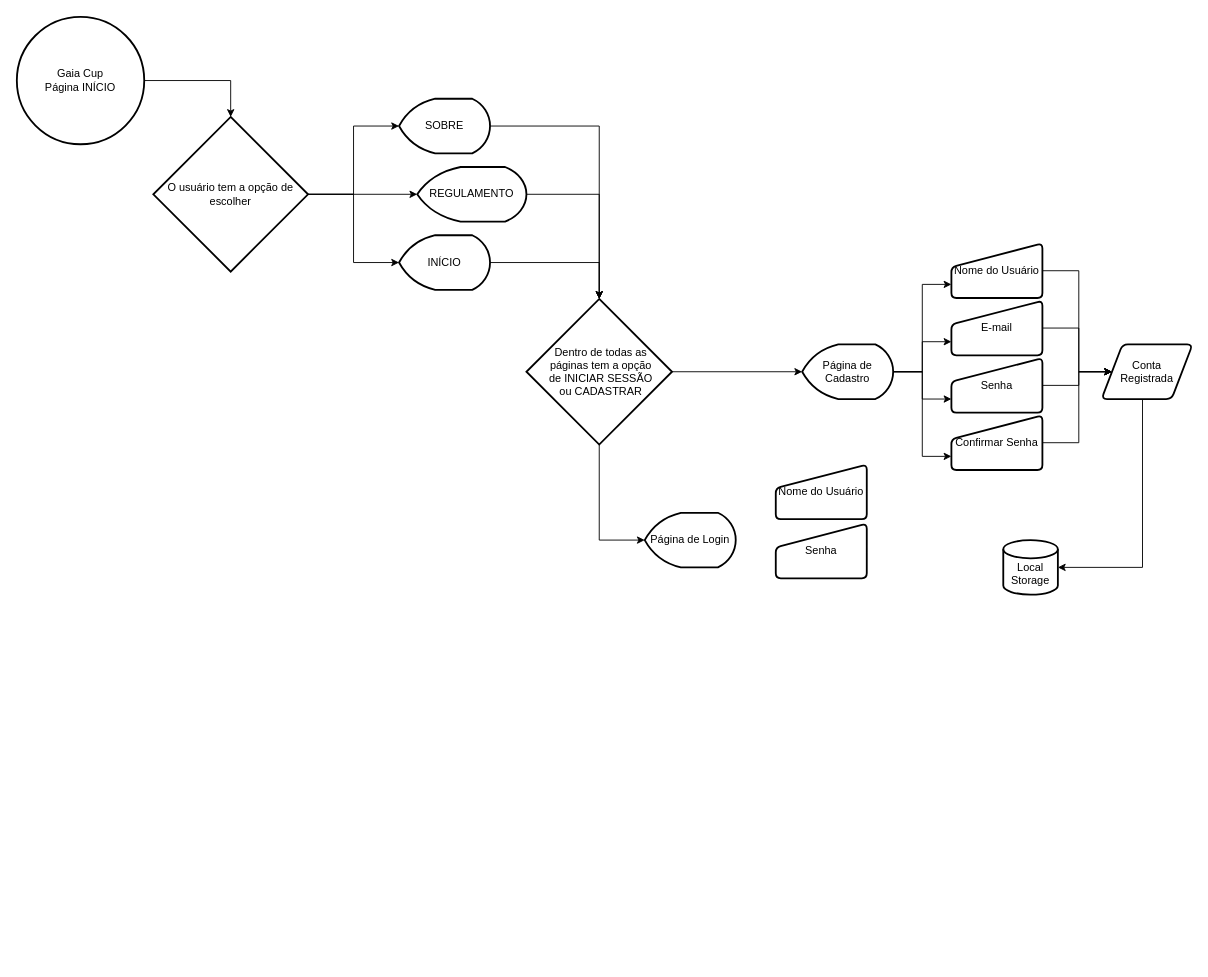
Above: Untitled Diagram.drawio in MonoDryad/GaiaCup-SA (draw.io), before the change. Source tidied: cells renumbered, new cells numbered last; positions are measured from the earlier drawing's top-left corner, leaving out a move shared by most shapes. Both pictures are drawn from the tidied source at 91%, with x=0, y=0 at pixel (16, 16).
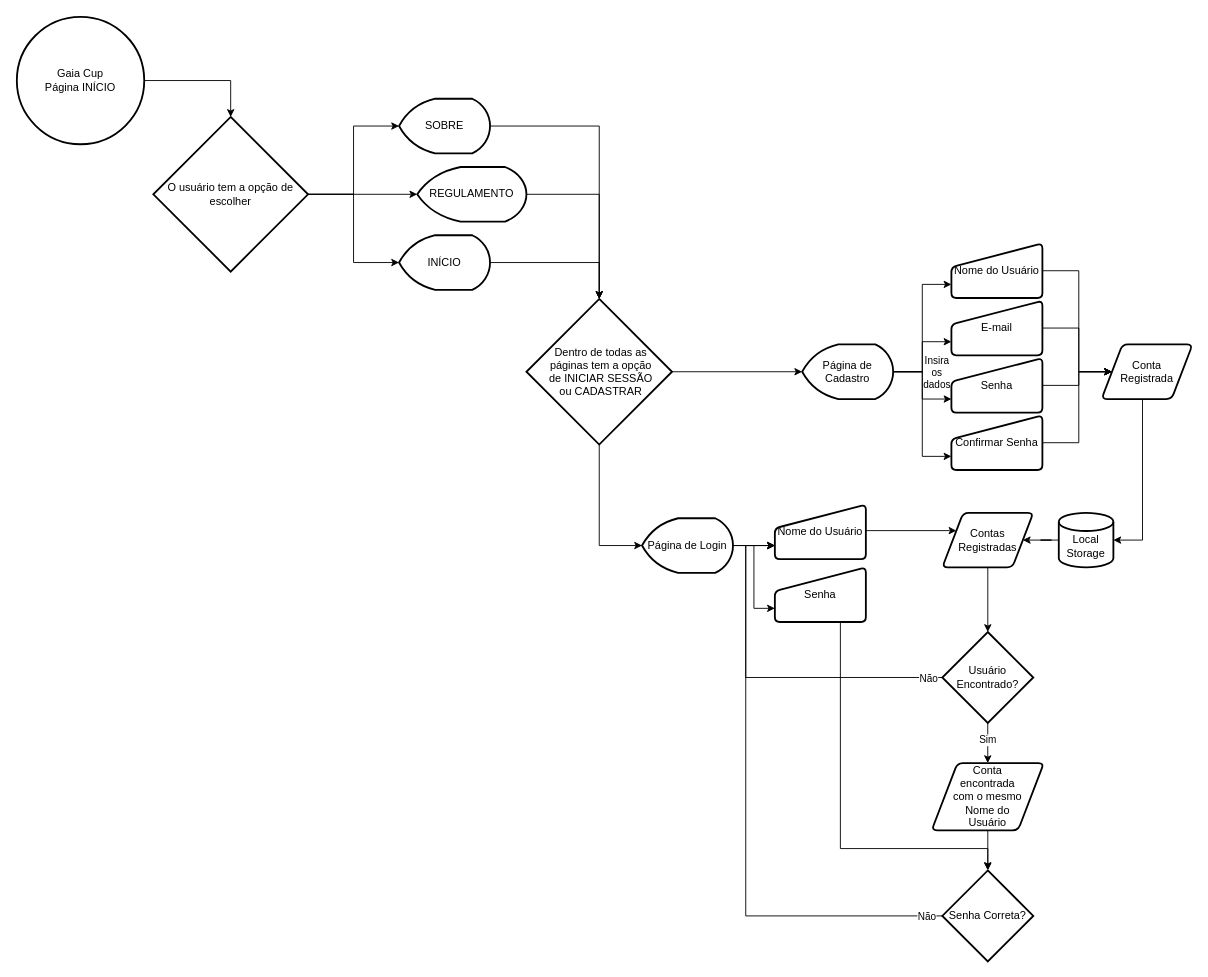
After the change.

Unchanged cells that the change refers to:
```xml
<mxCell id="22" style="edgeStyle=orthogonalEdgeStyle;rounded=0;jettySize=auto;html=1;entryX=0;entryY=0.75;entryDx=0;entryDy=0;" parent="1" edge="1" source="23" target="30">
  <mxGeometry relative="1" as="geometry" />
</mxCell>
<mxCell id="33" value="Conta &lt;br&gt;Registrada" style="shape=parallelogram;html=1;strokeWidth=2;perimeter=parallelogramPerimeter;whiteSpace=wrap;rounded=1;arcSize=12;size=0.23;" parent="1" vertex="1">
  <mxGeometry x="1192" y="360" width="100" height="60" as="geometry" />
</mxCell>
```

Change to the diagram source:
```diff
@@
+    <mxCell id="36" value="Insira &lt;br&gt;os &lt;br&gt;dados" style="edgeLabel;html=1;align=center;verticalAlign=middle;" parent="22" vertex="1">
+      <mxGeometry x="-0.87" relative="1" as="geometry">
+        <mxPoint x="37" as="offset" />
+      </mxGeometry>
+    </mxCell>
@@
+    <mxCell id="37" style="edgeStyle=orthogonalEdgeStyle;rounded=0;jettySize=auto;html=1;entryX=0;entryY=0.75;entryDx=0;entryDy=0;" parent="1" edge="1" source="24" target="34">
+      <mxGeometry relative="1" as="geometry" />
+    </mxCell>
+    <mxCell id="38" style="edgeStyle=orthogonalEdgeStyle;rounded=0;jettySize=auto;html=1;entryX=0;entryY=0.75;entryDx=0;entryDy=0;" parent="1" edge="1" source="24" target="35">
+      <mxGeometry relative="1" as="geometry" />
+    </mxCell>
     <mxCell id="24" value="Página de Login" style="strokeWidth=2;html=1;shape=mxgraph.flowchart.display;whiteSpace=wrap;" parent="1" vertex="1">
-      <mxGeometry x="690" y="545" width="100" height="60" as="geometry" />
+      <mxGeometry x="687" y="551" width="100" height="60" as="geometry" />
     </mxCell>
@@
+    <mxCell id="39" style="edgeStyle=orthogonalEdgeStyle;rounded=0;jettySize=auto;html=1;" parent="1" edge="1" source="31" target="43">
+      <mxGeometry relative="1" as="geometry" />
+    </mxCell>
     <mxCell id="31" value="&lt;br&gt;Local&lt;br&gt;Storage" style="strokeWidth=2;html=1;shape=mxgraph.flowchart.database;whiteSpace=wrap;" parent="1" vertex="1">
-      <mxGeometry x="1084" y="575" width="60" height="60" as="geometry" />
+      <mxGeometry x="1145" y="545" width="60" height="60" as="geometry" />
     </mxCell>
     <mxCell id="32" style="edgeStyle=orthogonalEdgeStyle;rounded=0;jettySize=auto;html=1;entryX=1;entryY=0.5;entryDx=0;entryDy=0;entryPerimeter=0;" parent="1" edge="1" source="33" target="31">
       <mxGeometry relative="1" as="geometry">
         <Array as="points">
-          <mxPoint x="1237" y="605" />
+          <mxPoint x="1237" y="575" />
         </Array>
       </mxGeometry>
     </mxCell>
@@
+    <mxCell id="40" style="edgeStyle=orthogonalEdgeStyle;rounded=0;jettySize=auto;html=1;entryX=0;entryY=0.25;entryDx=0;entryDy=0;" parent="1" edge="1" source="34" target="43">
+      <mxGeometry relative="1" as="geometry">
+        <Array as="points">
+          <mxPoint x="1025" y="565" />
+        </Array>
+      </mxGeometry>
+    </mxCell>
     <mxCell id="34" value="Nome do Usuário" style="html=1;strokeWidth=2;shape=manualInput;whiteSpace=wrap;rounded=1;size=26;arcSize=11;" parent="1" vertex="1">
-      <mxGeometry x="834" y="492" width="100" height="60" as="geometry" />
+      <mxGeometry x="833" y="536" width="100" height="60" as="geometry" />
     </mxCell>
+    <mxCell id="41" style="edgeStyle=orthogonalEdgeStyle;rounded=0;jettySize=auto;html=1;entryX=0.5;entryY=0;entryDx=0;entryDy=0;entryPerimeter=0;" parent="1" edge="1" source="35" target="53">
+      <mxGeometry relative="1" as="geometry">
+        <Array as="points">
+          <mxPoint x="905" y="914" />
+          <mxPoint x="1067" y="914" />
+        </Array>
+      </mxGeometry>
+    </mxCell>
     <mxCell id="35" value="Senha" style="html=1;strokeWidth=2;shape=manualInput;whiteSpace=wrap;rounded=1;size=26;arcSize=11;" parent="1" vertex="1">
-      <mxGeometry x="834" y="557" width="100" height="60" as="geometry" />
+      <mxGeometry x="833" y="605" width="100" height="60" as="geometry" />
     </mxCell>
+    <mxCell id="42" style="edgeStyle=orthogonalEdgeStyle;rounded=0;jettySize=auto;html=1;" parent="1" edge="1" source="43" target="50">
+      <mxGeometry relative="1" as="geometry" />
+    </mxCell>
+    <mxCell id="43" value="Contas Registradas" style="shape=parallelogram;html=1;strokeWidth=2;perimeter=parallelogramPerimeter;whiteSpace=wrap;rounded=1;arcSize=12;size=0.23;" parent="1" vertex="1">
+      <mxGeometry x="1017" y="545" width="100" height="60" as="geometry" />
+    </mxCell>
+    <mxCell id="44" style="edgeStyle=orthogonalEdgeStyle;rounded=0;jettySize=auto;html=1;" parent="1" edge="1" source="45">
+      <mxGeometry relative="1" as="geometry">
+        <mxPoint x="1067" y="937.4" as="targetPoint" />
+      </mxGeometry>
+    </mxCell>
+    <mxCell id="45" value="Conta encontrada com o mesmo Nome do Usuário" style="shape=parallelogram;html=1;strokeWidth=2;perimeter=parallelogramPerimeter;whiteSpace=wrap;rounded=1;arcSize=12;size=0.23;spacingLeft=18;spacingRight=17;" parent="1" vertex="1">
+      <mxGeometry x="1005.3" y="820" width="123.3" height="74" as="geometry" />
+    </mxCell>
+    <mxCell id="46" style="edgeStyle=orthogonalEdgeStyle;rounded=0;jettySize=auto;html=1;entryX=0;entryY=0.75;entryDx=0;entryDy=0;" parent="1" edge="1" source="50" target="34">
+      <mxGeometry relative="1" as="geometry">
+        <Array as="points">
+          <mxPoint x="801" y="726" />
+          <mxPoint x="801" y="581" />
+        </Array>
+      </mxGeometry>
+    </mxCell>
+    <mxCell id="47" value="Não" style="edgeLabel;html=1;align=center;verticalAlign=middle;" parent="46" vertex="1">
+      <mxGeometry x="-0.92" relative="1" as="geometry" />
+    </mxCell>
+    <mxCell id="48" style="edgeStyle=orthogonalEdgeStyle;rounded=0;jettySize=auto;html=1;entryX=0.5;entryY=0;entryDx=0;entryDy=0;" parent="1" edge="1" source="50" target="45">
+      <mxGeometry relative="1" as="geometry" />
+    </mxCell>
+    <mxCell id="49" value="Sim" style="edgeLabel;html=1;align=center;verticalAlign=middle;" parent="48" vertex="1">
+      <mxGeometry x="-0.75" relative="1" as="geometry">
+        <mxPoint y="12" as="offset" />
+      </mxGeometry>
+    </mxCell>
+    <mxCell id="50" value="Usuário Encontrado?" style="strokeWidth=2;html=1;shape=mxgraph.flowchart.decision;whiteSpace=wrap;" parent="1" vertex="1">
+      <mxGeometry x="1017" y="676" width="100" height="100" as="geometry" />
+    </mxCell>
+    <mxCell id="51" style="edgeStyle=orthogonalEdgeStyle;rounded=0;jettySize=auto;html=1;entryX=0;entryY=0.75;entryDx=0;entryDy=0;" parent="1" edge="1" source="53" target="34">
+      <mxGeometry relative="1" as="geometry">
+        <Array as="points">
+          <mxPoint x="801" y="988" />
+          <mxPoint x="801" y="581" />
+        </Array>
+      </mxGeometry>
+    </mxCell>
+    <mxCell id="52" value="Não" style="edgeLabel;html=1;align=center;verticalAlign=middle;" parent="51" vertex="1">
+      <mxGeometry x="-0.81" y="4" relative="1" as="geometry">
+        <mxPoint x="44" y="-4" as="offset" />
+      </mxGeometry>
+    </mxCell>
+    <mxCell id="53" value="Senha Correta?" style="strokeWidth=2;html=1;shape=mxgraph.flowchart.decision;whiteSpace=wrap;" parent="1" vertex="1">
+      <mxGeometry x="1017" y="938" width="100" height="100" as="geometry" />
+    </mxCell>
```
